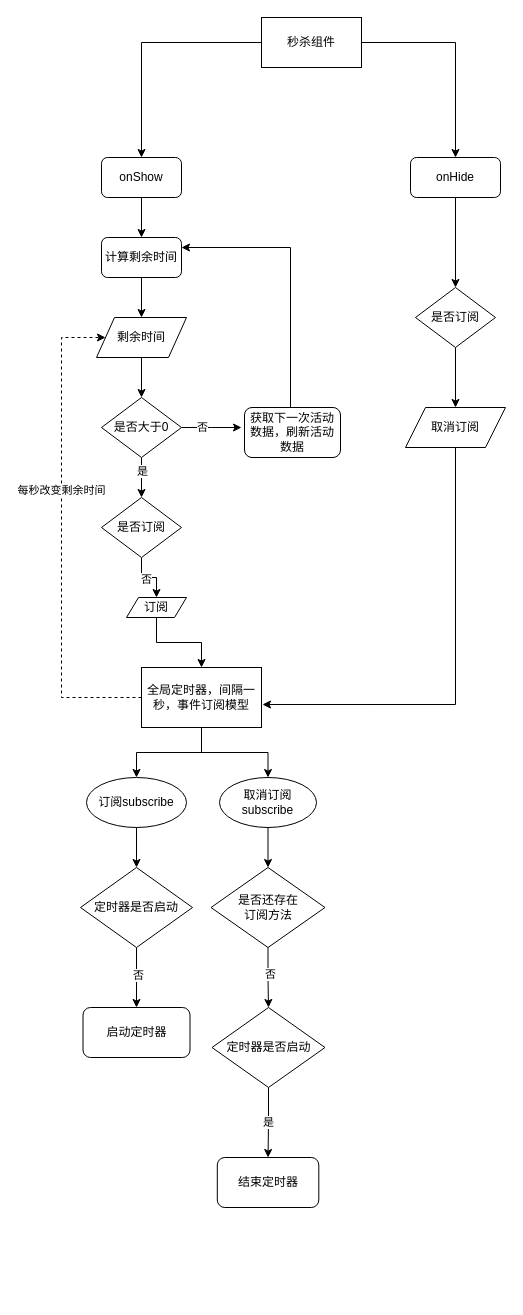
Before: 1130/【体验优化】秒杀组件在停留当前页未刷新时自动更新下一场次数据.drawio in howyea/drawio, a draw.io diagram. Source tidied: cells renumbered, new cells numbered last; positions are measured from the earlier drawing's top-left corner, leaving out a move shared by most shapes. Both pictures are drawn from the tidied source at 100%, with x=0, y=0 at pixel (61, 17).
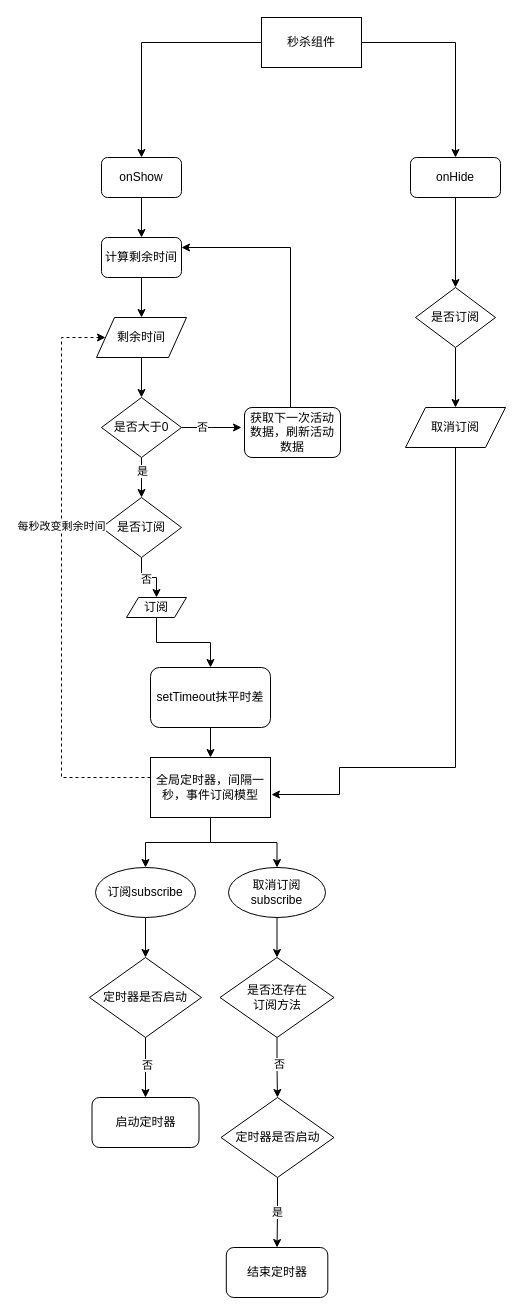
The same diagram, later.

Commit message:
fix: 全局定时器需要抹平时差

Unchanged cells that the change refers to:
```xml
<mxCell id="12" value="剩余时间" style="shape=parallelogram;perimeter=parallelogramPerimeter;whiteSpace=wrap;html=1;" parent="1" vertex="1">
  <mxGeometry x="35" y="300" width="90" height="40" as="geometry" />
</mxCell>
<mxCell id="27" value="订阅" style="shape=parallelogram;perimeter=parallelogramPerimeter;whiteSpace=wrap;html=1;" parent="1" vertex="1">
  <mxGeometry x="65" y="580" width="60" height="20" as="geometry" />
</mxCell>
<mxCell id="33" value="取消订阅" style="shape=parallelogram;perimeter=parallelogramPerimeter;whiteSpace=wrap;html=1;" parent="1" vertex="1">
  <mxGeometry x="344" y="390" width="100" height="40" as="geometry" />
</mxCell>
```

What changed in the source:
```diff
@@
     <mxCell id="21" style="edgeStyle=orthogonalEdgeStyle;rounded=0;jettySize=auto;html=1;entryX=0;entryY=0.5;entryDx=0;entryDy=0;dashed=1;" parent="1" edge="1" source="25" target="12">
       <mxGeometry relative="1" as="geometry">
         <Array as="points">
-          <mxPoint y="680" />
+          <mxPoint y="760" />
           <mxPoint y="320" />
         </Array>
       </mxGeometry>
     </mxCell>
@@
     <mxCell id="25" value="全局定时器，间隔一秒，事件订阅模型" style="rounded=0;whiteSpace=wrap;html=1;" parent="1" vertex="1">
-      <mxGeometry x="80" y="650" width="120" height="60" as="geometry" />
+      <mxGeometry x="89" y="740" width="120" height="60" as="geometry" />
     </mxCell>
-    <mxCell id="26" style="edgeStyle=orthogonalEdgeStyle;rounded=0;jettySize=auto;html=1;entryX=0.5;entryY=0;entryDx=0;entryDy=0;" parent="1" edge="1" source="27" target="25">
-      <mxGeometry relative="1" as="geometry" />
-    </mxCell>
+    <mxCell id="48" style="edgeStyle=orthogonalEdgeStyle;rounded=0;jettySize=auto;html=1;entryX=0.5;entryY=0;entryDx=0;entryDy=0;" parent="1" edge="1" source="27" target="50">
+      <mxGeometry relative="1" as="geometry" />
+    </mxCell>
@@
     <mxCell id="32" style="edgeStyle=orthogonalEdgeStyle;rounded=0;jettySize=auto;html=1;entryX=1.008;entryY=0.617;entryDx=0;entryDy=0;entryPerimeter=0;" parent="1" edge="1" source="33" target="25">
       <mxGeometry relative="1" as="geometry">
         <Array as="points">
-          <mxPoint x="394" y="687" />
+          <mxPoint x="394" y="750" />
+          <mxPoint x="278" y="750" />
+          <mxPoint x="278" y="777" />
         </Array>
       </mxGeometry>
     </mxCell>
@@
     <mxCell id="35" value="订阅subscribe" style="ellipse;whiteSpace=wrap;html=1;" parent="1" vertex="1">
-      <mxGeometry x="25" y="760" width="100" height="50" as="geometry" />
+      <mxGeometry x="34" y="850" width="100" height="50" as="geometry" />
     </mxCell>
@@
     <mxCell id="37" value="取消订阅subscribe" style="ellipse;whiteSpace=wrap;html=1;" parent="1" vertex="1">
-      <mxGeometry x="158" y="760" width="97" height="50" as="geometry" />
+      <mxGeometry x="167" y="850" width="97" height="50" as="geometry" />
     </mxCell>
@@
     <mxCell id="39" value="定时器是否启动" style="rhombus;whiteSpace=wrap;html=1;" parent="1" vertex="1">
-      <mxGeometry x="150.5" y="990" width="113" height="80" as="geometry" />
+      <mxGeometry x="159.5" y="1080" width="113" height="80" as="geometry" />
     </mxCell>
@@
     <mxCell id="42" value="是否还存在&lt;br&gt;订阅方法" style="rhombus;whiteSpace=wrap;html=1;" parent="1" vertex="1">
-      <mxGeometry x="149.5" y="850" width="114" height="80" as="geometry" />
+      <mxGeometry x="158.5" y="940" width="114" height="80" as="geometry" />
     </mxCell>
     <mxCell id="43" value="结束定时器" style="rounded=1;whiteSpace=wrap;html=1;" parent="1" vertex="1">
-      <mxGeometry x="155.8" y="1140" width="101.5" height="50" as="geometry" />
+      <mxGeometry x="164.8" y="1230" width="101.5" height="50" as="geometry" />
     </mxCell>
@@
     <mxCell id="46" value="定时器是否启动" style="rhombus;whiteSpace=wrap;html=1;" parent="1" vertex="1">
-      <mxGeometry x="19" y="850" width="112" height="80" as="geometry" />
+      <mxGeometry x="28" y="940" width="112" height="80" as="geometry" />
     </mxCell>
     <mxCell id="47" value="启动定时器" style="rounded=1;whiteSpace=wrap;html=1;" parent="1" vertex="1">
-      <mxGeometry x="21.5" y="990" width="107" height="50" as="geometry" />
+      <mxGeometry x="30.5" y="1080" width="107" height="50" as="geometry" />
     </mxCell>
+    <mxCell id="49" style="edgeStyle=orthogonalEdgeStyle;rounded=0;jettySize=auto;html=1;" parent="1" edge="1" source="50" target="25">
+      <mxGeometry relative="1" as="geometry" />
+    </mxCell>
+    <mxCell id="50" value="setTimeout抹平时差" style="rounded=1;whiteSpace=wrap;html=1;" parent="1" vertex="1">
+      <mxGeometry x="89" y="650" width="120" height="60" as="geometry" />
+    </mxCell>
```
